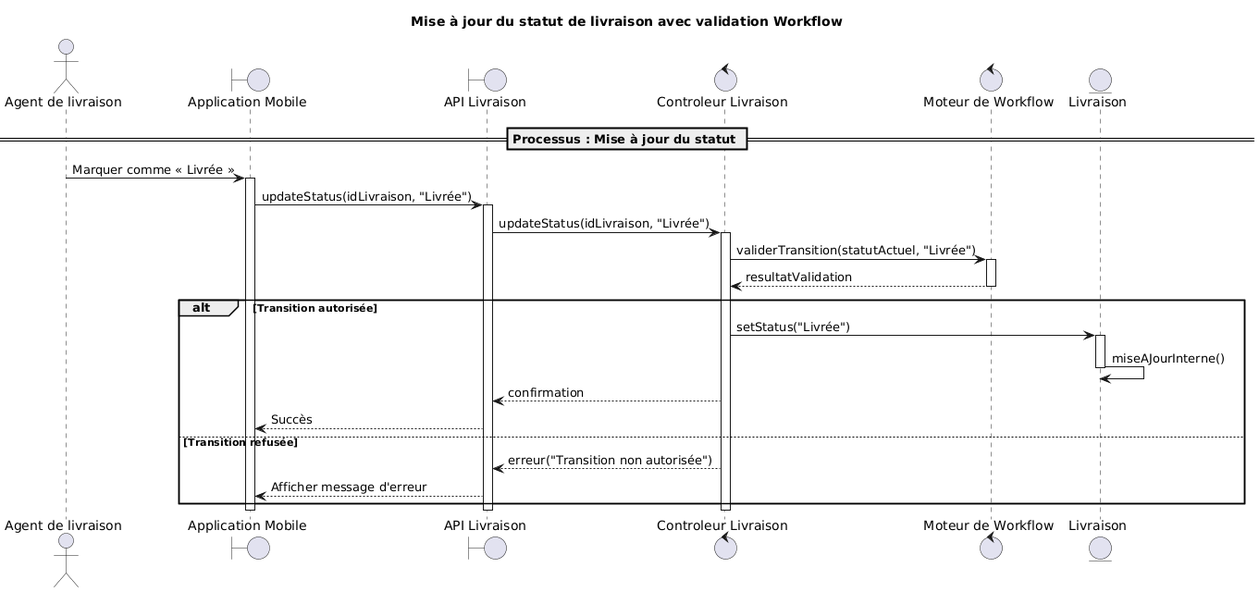
This is PFE DIGRAMS/SEQUENCE/Update Status 1.png from Moaziz667/asm-track, a PlantUML export, as it was before one commit.
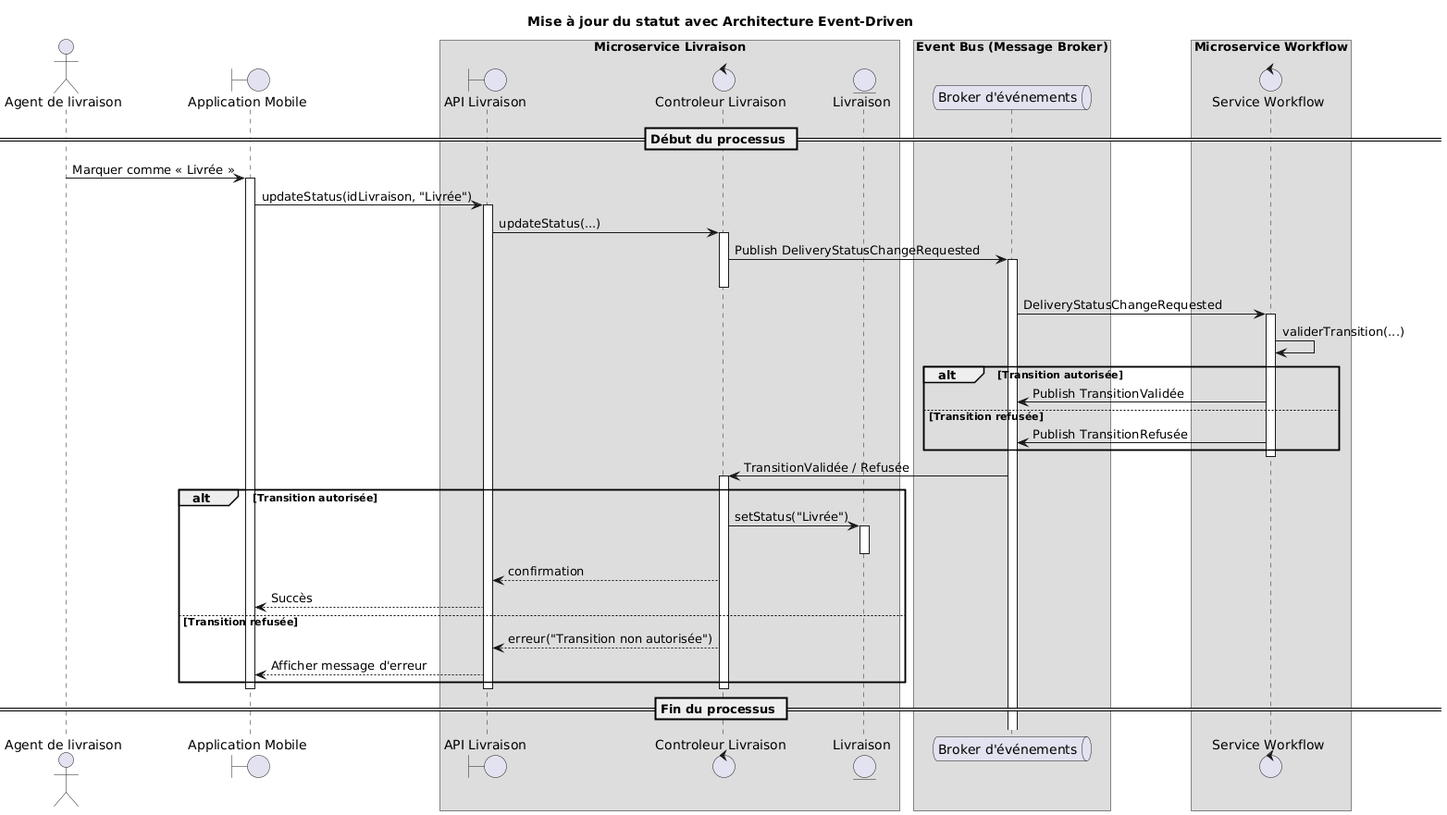
Later version of the same file.

Commit message:
seq Digram Code

What changed in the source:
```diff
@@ -1,17 +1,24 @@
 @startuml
-title Mise à jour du statut de livraison avec validation Workflow
+title Mise à jour du statut avec Architecture Event-Driven
 
 actor "Agent de livraison" as DeliveryAgent
+boundary "Application Mobile" as Mobile
 
-boundary "Application Mobile" as Mobile
+box "Microservice Livraison"
 boundary "API Livraison" as API
+control "Controleur Livraison" as Controller
+entity "Livraison" as Delivery
+end box
 
-control "Controleur Livraison" as Controller
-control "Moteur de Workflow" as Workflow
+box "Event Bus (Message Broker)"
+queue "Broker d'événements" as Broker
+end box
 
-entity "Livraison" as Delivery
+box "Microservice Workflow"
+control "Service Workflow" as WorkflowService
+end box
 
-== Processus : Mise à jour du statut ==
+== Début du processus ==
 
 DeliveryAgent -> Mobile : Marquer comme « Livrée »
 activate Mobile
@@ -19,32 +26,42 @@
 Mobile -> API : updateStatus(idLivraison, "Livrée")
 activate API
 
-API -> Controller : updateStatus(idLivraison, "Livrée")
+API -> Controller : updateStatus(...)
 activate Controller
 
-Controller -> Workflow : validerTransition(statutActuel, "Livrée")
-activate Workflow
-Workflow --> Controller : resultatValidation
-deactivate Workflow
+Controller -> Broker : Publish DeliveryStatusChangeRequested
+activate Broker
+deactivate Controller
+
+Broker -> WorkflowService : DeliveryStatusChangeRequested
+activate WorkflowService
+
+WorkflowService -> WorkflowService : validerTransition(...)
 
 alt Transition autorisée
+    WorkflowService -> Broker : Publish TransitionValidée
+else Transition refusée
+    WorkflowService -> Broker : Publish TransitionRefusée
+end
+deactivate WorkflowService
 
+Broker -> Controller : TransitionValidée / Refusée
+activate Controller
+
+alt Transition autorisée
     Controller -> Delivery : setStatus("Livrée")
     activate Delivery
-    Delivery -> Delivery : miseAJourInterne()
     deactivate Delivery
-
     Controller --> API : confirmation
     API --> Mobile : Succès
-
 else Transition refusée
-
     Controller --> API : erreur("Transition non autorisée")
     API --> Mobile : Afficher message d'erreur
-
 end
 
 deactivate Controller
 deactivate API
 deactivate Mobile
+
+== Fin du processus ==
 @enduml
```
